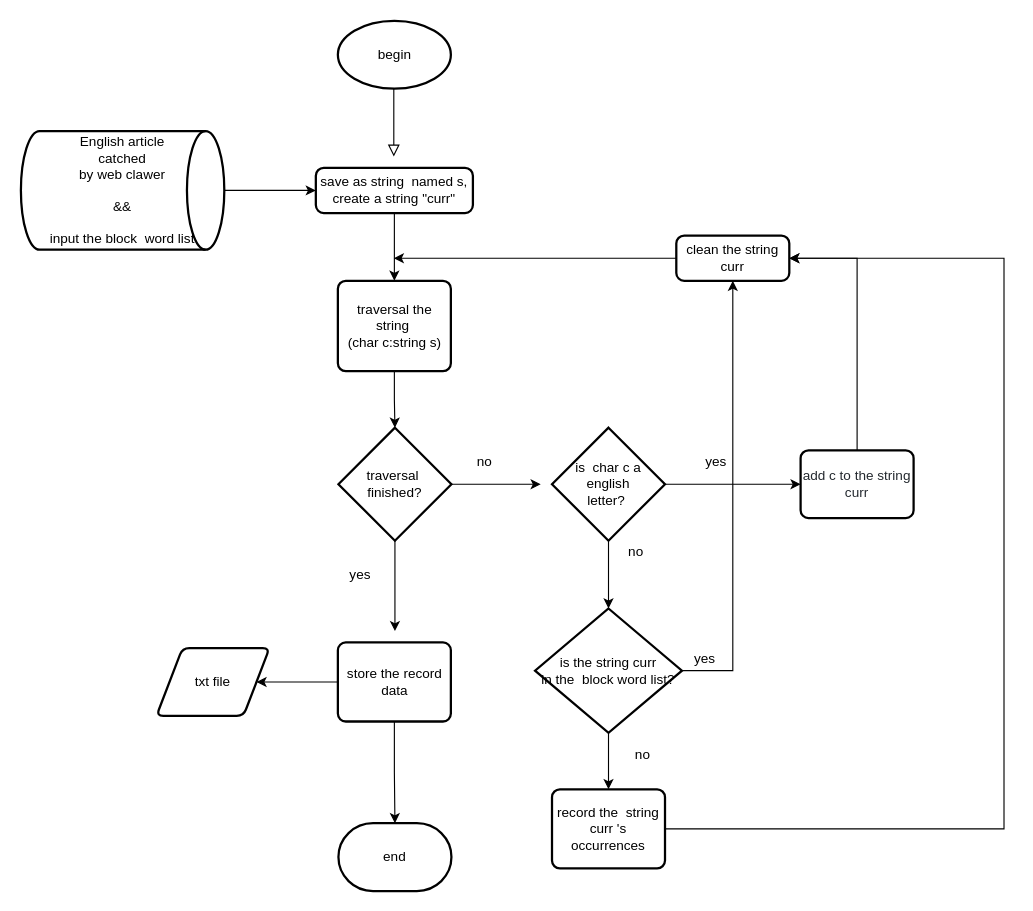
The draw.io diagram 計算函式/Diagram.drawio in tcita/Practice-of-Projects, before the edit. Source tidied: cells renumbered, new cells numbered last; positions are measured from the earlier drawing's top-left corner, leaving out a move shared by most shapes. Both pictures are drawn from the tidied source at 113%, with x=0, y=0 at pixel (20, 20).
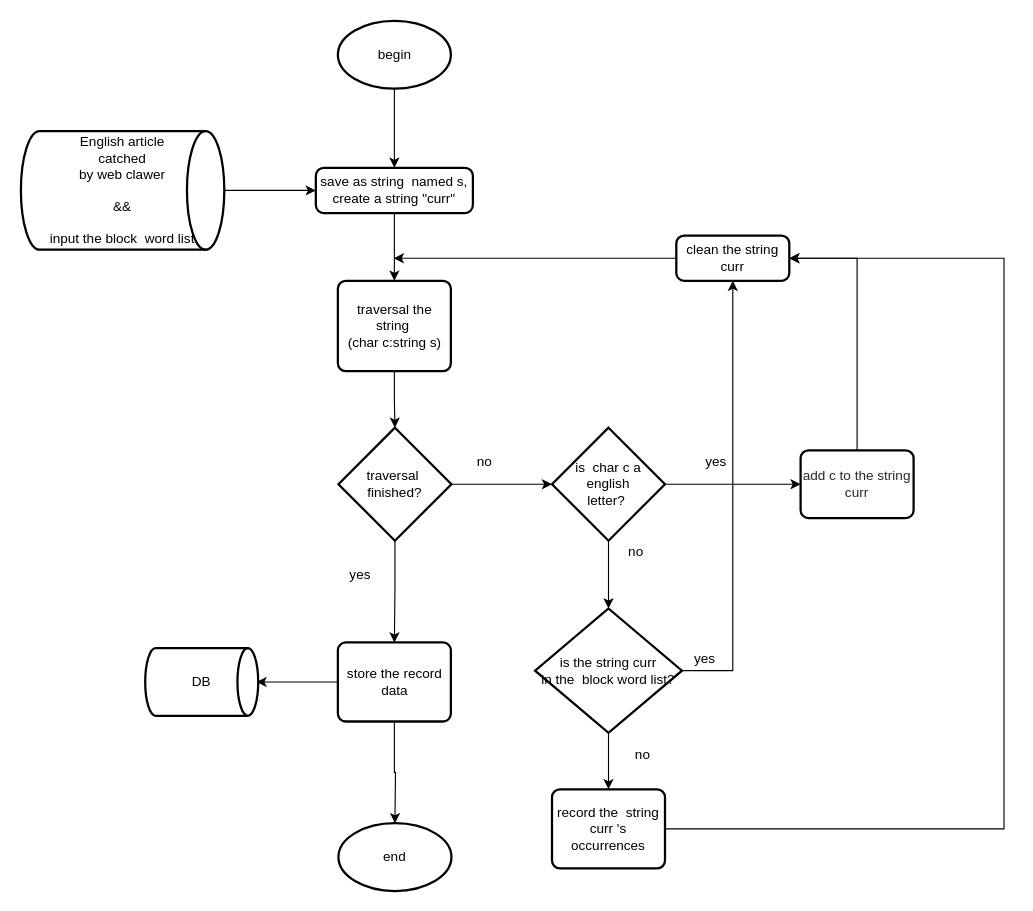
After the change.

Commit message (it also covers changes not shown here):
修正流程圖

The change refers to these unchanged cells:
```xml
<mxCell id="6" value="save as string&amp;nbsp; named s,&lt;br&gt;create a string &quot;curr&quot;" style="rounded=1;whiteSpace=wrap;html=1;absoluteArcSize=1;arcSize=14;strokeWidth=2;" parent="1" vertex="1">
  <mxGeometry x="261" y="130" width="139" height="40" as="geometry" />
</mxCell>
<mxCell id="7" value="&lt;span&gt;begin&lt;/span&gt;" style="strokeWidth=2;html=1;shape=mxgraph.flowchart.start_1;whiteSpace=wrap;" parent="1" vertex="1">
  <mxGeometry x="280.5" width="100" height="60" as="geometry" />
</mxCell>
<mxCell id="12" value="traversal&amp;nbsp; finished?" style="strokeWidth=2;html=1;shape=mxgraph.flowchart.decision;whiteSpace=wrap;" parent="1" vertex="1">
  <mxGeometry x="281" y="360" width="100" height="100" as="geometry" />
</mxCell>
<mxCell id="16" value="is&amp;nbsp; char c a english&lt;br&gt;letter?&amp;nbsp;" style="strokeWidth=2;html=1;shape=mxgraph.flowchart.decision;whiteSpace=wrap;" parent="1" vertex="1">
  <mxGeometry x="470" y="360" width="100" height="100" as="geometry" />
</mxCell>
<mxCell id="31" value="store the record data" style="rounded=1;whiteSpace=wrap;html=1;absoluteArcSize=1;arcSize=14;strokeWidth=2;" parent="1" vertex="1">
  <mxGeometry x="280.5" y="550" width="100" height="70" as="geometry" />
</mxCell>
```

Change to the diagram source:
```diff
@@
-    <mxCell id="2" style="rounded=0;html=1;jettySize=auto;orthogonalLoop=1;fontSize=11;endArrow=block;endFill=0;endSize=8;strokeWidth=1;shadow=0;labelBackgroundColor=none;edgeStyle=orthogonalEdgeStyle;" parent="1" edge="1">
-      <mxGeometry relative="1" as="geometry">
-        <mxPoint x="330" y="60" as="sourcePoint" />
-        <mxPoint x="330" y="120" as="targetPoint" />
-      </mxGeometry>
-    </mxCell>
@@
+    <mxCell id="36" style="edgeStyle=orthogonalEdgeStyle;rounded=0;jettySize=auto;html=1;exitX=0.5;exitY=1;exitDx=0;exitDy=0;exitPerimeter=0;entryX=0.5;entryY=0;entryDx=0;entryDy=0;" parent="1" edge="1" source="7" target="6">
+      <mxGeometry relative="1" as="geometry" />
+    </mxCell>
@@
-    <mxCell id="10" style="edgeStyle=orthogonalEdgeStyle;rounded=0;jettySize=auto;html=1;" parent="1" edge="1" source="12">
-      <mxGeometry relative="1" as="geometry">
-        <mxPoint x="460" y="410" as="targetPoint" />
-      </mxGeometry>
+    <mxCell id="10" style="edgeStyle=orthogonalEdgeStyle;rounded=0;jettySize=auto;html=1;entryX=0;entryY=0.5;entryDx=0;entryDy=0;entryPerimeter=0;" parent="1" edge="1" source="12" target="16">
+      <mxGeometry relative="1" as="geometry" />
     </mxCell>
-    <mxCell id="11" style="edgeStyle=orthogonalEdgeStyle;rounded=0;jettySize=auto;html=1;" parent="1" edge="1" source="12">
-      <mxGeometry relative="1" as="geometry">
-        <mxPoint x="331" y="540" as="targetPoint" />
-      </mxGeometry>
+    <mxCell id="11" style="edgeStyle=orthogonalEdgeStyle;rounded=0;jettySize=auto;html=1;entryX=0.5;entryY=0;entryDx=0;entryDy=0;" parent="1" edge="1" source="12" target="31">
+      <mxGeometry relative="1" as="geometry" />
     </mxCell>
@@
-    <mxCell id="28" value="txt file" style="shape=parallelogram;html=1;strokeWidth=2;perimeter=parallelogramPerimeter;whiteSpace=wrap;rounded=1;arcSize=12;size=0.23;" parent="1" vertex="1">
-      <mxGeometry x="120" y="555" width="100" height="60" as="geometry" />
-    </mxCell>
-    <mxCell id="29" style="edgeStyle=orthogonalEdgeStyle;rounded=0;jettySize=auto;html=1;" parent="1" edge="1" source="31" target="28">
-      <mxGeometry relative="1" as="geometry" />
+    <mxCell id="29" style="edgeStyle=orthogonalEdgeStyle;rounded=0;jettySize=auto;html=1;" parent="1" edge="1" source="31">
+      <mxGeometry relative="1" as="geometry">
+        <mxPoint x="208.5" y="585" as="targetPoint" />
+      </mxGeometry>
     </mxCell>
-    <mxCell id="30" style="edgeStyle=orthogonalEdgeStyle;rounded=0;jettySize=auto;html=1;entryX=0.5;entryY=0;entryDx=0;entryDy=0;entryPerimeter=0;" parent="1" edge="1" source="31" target="33">
-      <mxGeometry relative="1" as="geometry" />
+    <mxCell id="30" style="edgeStyle=orthogonalEdgeStyle;rounded=0;jettySize=auto;html=1;entryX=0.5;entryY=0;entryDx=0;entryDy=0;entryPerimeter=0;" parent="1" edge="1" source="31">
+      <mxGeometry relative="1" as="geometry">
+        <mxPoint x="331" y="710" as="targetPoint" />
+      </mxGeometry>
     </mxCell>
@@
-    <mxCell id="33" value="end" style="strokeWidth=2;html=1;shape=mxgraph.flowchart.terminator;whiteSpace=wrap;" parent="1" vertex="1">
-      <mxGeometry x="281" y="710" width="100" height="60" as="geometry" />
-    </mxCell>
@@
+    <mxCell id="37" value="DB" style="strokeWidth=2;html=1;shape=mxgraph.flowchart.direct_data;whiteSpace=wrap;" parent="1" vertex="1">
+      <mxGeometry x="110" y="555" width="100" height="60" as="geometry" />
+    </mxCell>
+    <mxCell id="33" value="end" style="strokeWidth=2;html=1;shape=mxgraph.flowchart.start_1;whiteSpace=wrap;" parent="1" vertex="1">
+      <mxGeometry x="281" y="710" width="100" height="60" as="geometry" />
+    </mxCell>
```
